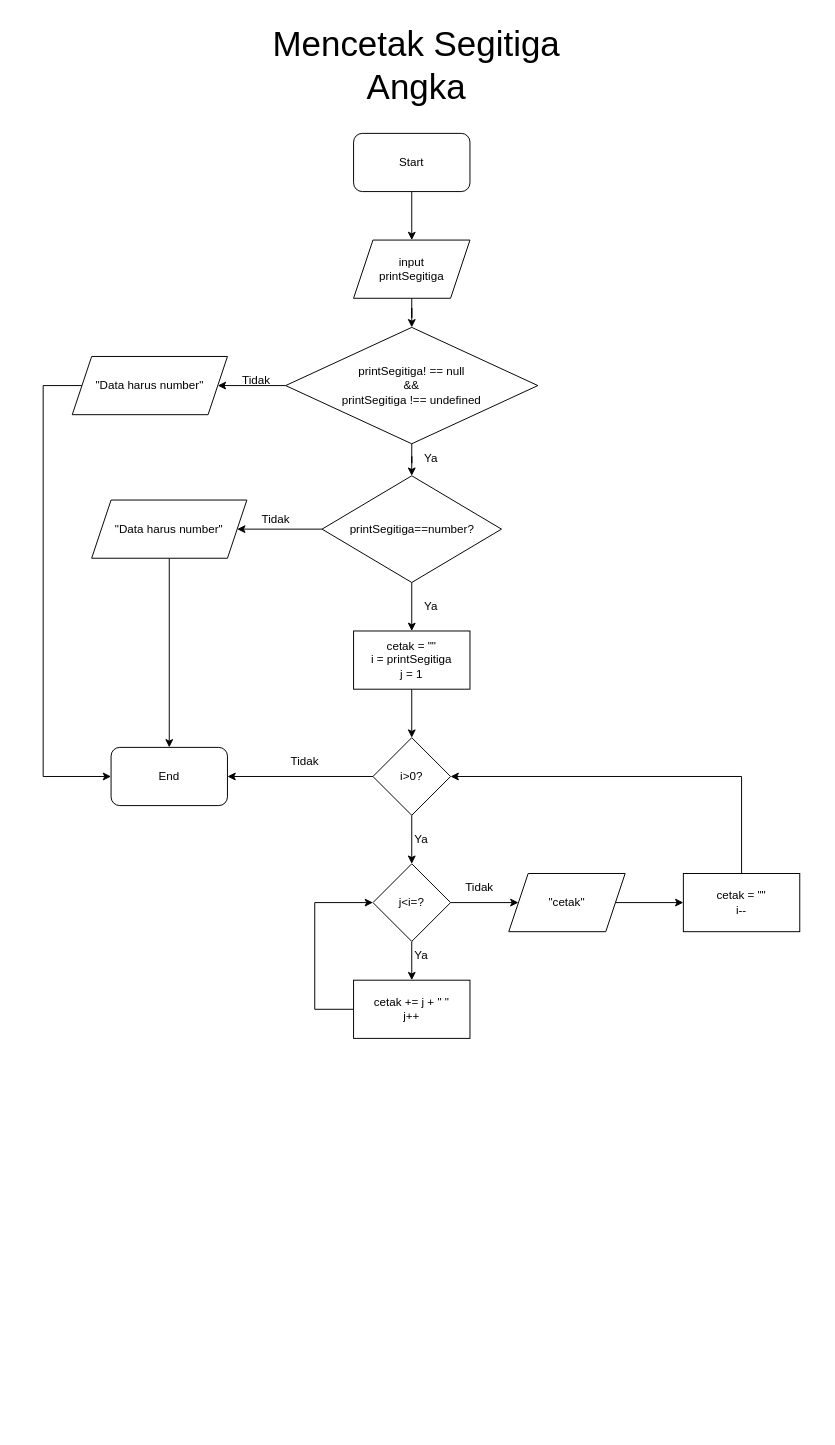
Earlier version of the draw.io diagram segitiga.drawio (juumelisa/fw5-additional-flowchart). Source tidied: cells renumbered, new cells numbered last; positions are measured from the earlier drawing's top-left corner, leaving out a move shared by most shapes. Both pictures are drawn from the tidied source at 97%, with x=0, y=0 at pixel (43, 16).
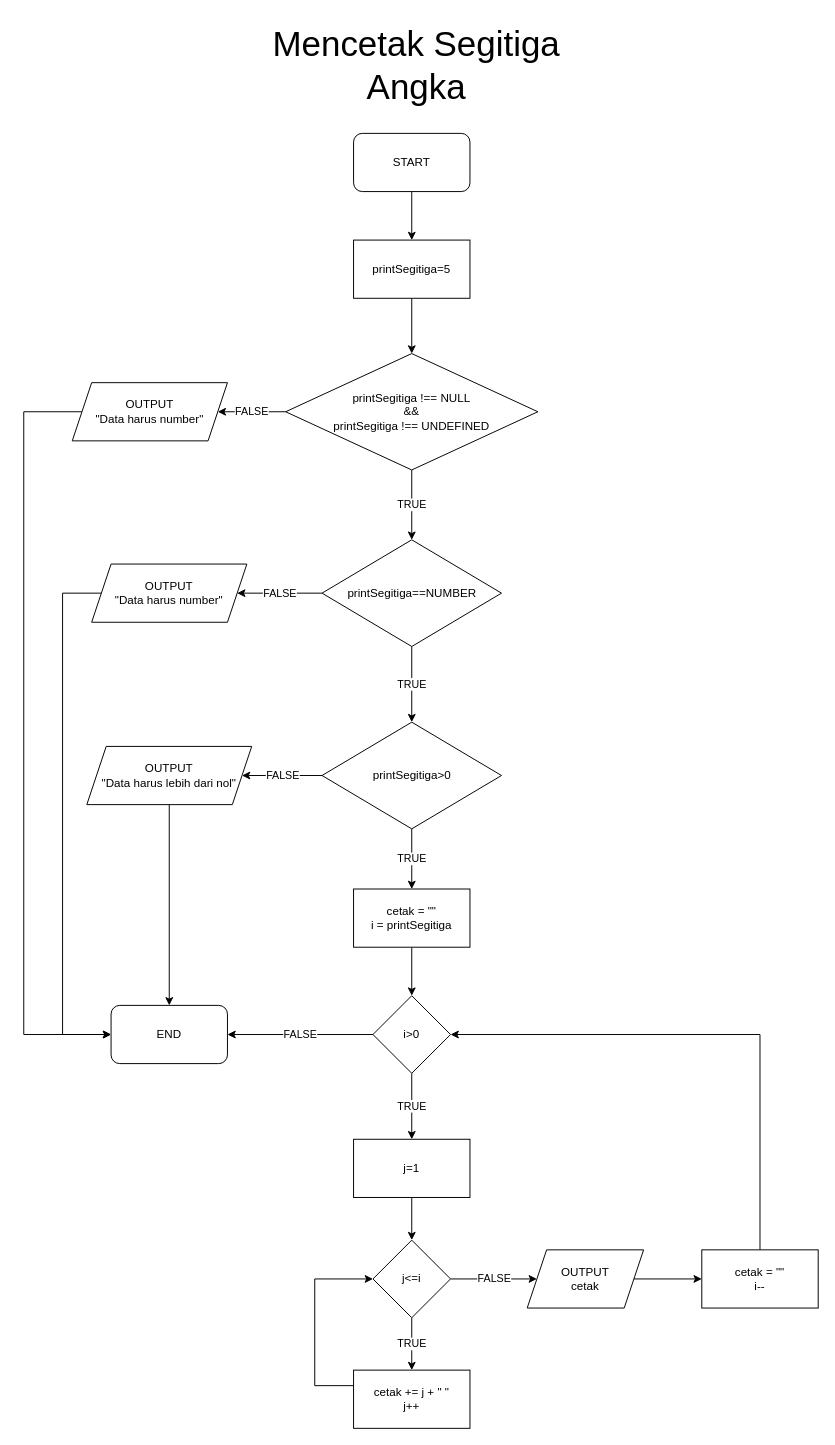
After the change.

Commit message (it also covers changes not shown here):
Revisi flowchart

Diff of the diagram source:
```diff
@@
-    <mxCell id="2" style="edgeStyle=orthogonalEdgeStyle;rounded=0;jettySize=auto;html=1;" parent="1" edge="1" source="3" target="5">
-      <mxGeometry relative="1" as="geometry" />
-    </mxCell>
+    <mxCell id="40" style="edgeStyle=orthogonalEdgeStyle;rounded=0;jettySize=auto;html=1;" parent="1" edge="1" source="3" target="51">
+      <mxGeometry relative="1" as="geometry" />
+    </mxCell>
-    <mxCell id="3" value="Start" style="rounded=1;whiteSpace=wrap;html=1;" parent="1" vertex="1">
+    <mxCell id="3" value="START" style="rounded=1;whiteSpace=wrap;html=1;" parent="1" vertex="1">
       <mxGeometry x="320" y="120" width="120" height="60" as="geometry" />
     </mxCell>
-    <mxCell id="4" style="edgeStyle=orthogonalEdgeStyle;rounded=0;jettySize=auto;html=1;" parent="1" edge="1" source="5" target="35">
-      <mxGeometry relative="1" as="geometry" />
-    </mxCell>
-    <mxCell id="5" value="input&lt;br&gt;printSegitiga" style="shape=parallelogram;perimeter=parallelogramPerimeter;whiteSpace=wrap;html=1;fixedSize=1;" parent="1" vertex="1">
-      <mxGeometry x="320" y="230" width="120" height="60" as="geometry" />
-    </mxCell>
-    <mxCell id="6" style="edgeStyle=orthogonalEdgeStyle;rounded=0;jettySize=auto;html=1;" parent="1" edge="1" source="8" target="10">
+    <mxCell id="6" value="FALSE" style="edgeStyle=orthogonalEdgeStyle;rounded=0;jettySize=auto;html=1;" parent="1" edge="1" source="8" target="10">
       <mxGeometry relative="1" as="geometry" />
     </mxCell>
-    <mxCell id="7" style="edgeStyle=orthogonalEdgeStyle;rounded=0;jettySize=auto;html=1;" parent="1" edge="1" source="8" target="12">
-      <mxGeometry relative="1" as="geometry" />
-    </mxCell>
+    <mxCell id="41" value="TRUE" style="edgeStyle=orthogonalEdgeStyle;rounded=0;jettySize=auto;html=1;" parent="1" edge="1" source="8" target="45">
+      <mxGeometry relative="1" as="geometry" />
+    </mxCell>
-    <mxCell id="8" value="printSegitiga==number?" style="rhombus;whiteSpace=wrap;html=1;" parent="1" vertex="1">
-      <mxGeometry x="287.5" y="473" width="185" height="110" as="geometry" />
+    <mxCell id="8" value="printSegitiga==NUMBER" style="rhombus;whiteSpace=wrap;html=1;" parent="1" vertex="1">
+      <mxGeometry x="287.5" y="539" width="185" height="110" as="geometry" />
     </mxCell>
     <mxCell id="9" style="edgeStyle=orthogonalEdgeStyle;rounded=0;jettySize=auto;html=1;" parent="1" edge="1" source="10" target="25">
-      <mxGeometry relative="1" as="geometry" />
+      <mxGeometry relative="1" as="geometry">
+        <Array as="points">
+          <mxPoint x="20" y="594" />
+          <mxPoint x="20" y="1049" />
+        </Array>
+      </mxGeometry>
     </mxCell>
-    <mxCell id="10" value="&quot;Data harus number&quot;" style="shape=parallelogram;perimeter=parallelogramPerimeter;whiteSpace=wrap;html=1;fixedSize=1;" parent="1" vertex="1">
-      <mxGeometry x="50" y="498" width="160" height="60" as="geometry" />
+    <mxCell id="10" value="OUTPUT&lt;br&gt;&quot;Data harus number&quot;" style="shape=parallelogram;perimeter=parallelogramPerimeter;whiteSpace=wrap;html=1;fixedSize=1;" parent="1" vertex="1">
+      <mxGeometry x="50" y="564" width="160" height="60" as="geometry" />
     </mxCell>
@@
-    <mxCell id="12" value="cetak = &quot;&quot;&lt;br&gt;i = printSegitiga&lt;br&gt;j = 1" style="rounded=0;whiteSpace=wrap;html=1;" parent="1" vertex="1">
-      <mxGeometry x="320" y="633" width="120" height="60" as="geometry" />
+    <mxCell id="12" value="cetak = &quot;&quot;&lt;br&gt;i = printSegitiga" style="rounded=0;whiteSpace=wrap;html=1;" parent="1" vertex="1">
+      <mxGeometry x="320" y="899" width="120" height="60" as="geometry" />
     </mxCell>
-    <mxCell id="13" style="edgeStyle=orthogonalEdgeStyle;rounded=0;jettySize=auto;html=1;" parent="1" edge="1" source="15" target="18">
-      <mxGeometry relative="1" as="geometry" />
-    </mxCell>
-    <mxCell id="14" style="edgeStyle=orthogonalEdgeStyle;rounded=0;jettySize=auto;html=1;" parent="1" edge="1" source="15" target="25">
+    <mxCell id="14" value="FALSE" style="edgeStyle=orthogonalEdgeStyle;rounded=0;jettySize=auto;html=1;" parent="1" edge="1" source="15" target="25">
       <mxGeometry relative="1" as="geometry" />
     </mxCell>
+    <mxCell id="42" value="TRUE" style="edgeStyle=orthogonalEdgeStyle;rounded=0;jettySize=auto;html=1;" parent="1" edge="1" source="15" target="49">
+      <mxGeometry relative="1" as="geometry" />
+    </mxCell>
-    <mxCell id="15" value="i&amp;gt;0?" style="rhombus;whiteSpace=wrap;html=1;" parent="1" vertex="1">
-      <mxGeometry x="340" y="743" width="80" height="80" as="geometry" />
+    <mxCell id="15" value="i&amp;gt;0" style="rhombus;whiteSpace=wrap;html=1;" parent="1" vertex="1">
+      <mxGeometry x="340" y="1009" width="80" height="80" as="geometry" />
     </mxCell>
-    <mxCell id="16" style="edgeStyle=orthogonalEdgeStyle;rounded=0;jettySize=auto;html=1;" parent="1" edge="1" source="18" target="20">
+    <mxCell id="16" value="TRUE" style="edgeStyle=orthogonalEdgeStyle;rounded=0;jettySize=auto;html=1;" parent="1" edge="1" source="18" target="20">
       <mxGeometry relative="1" as="geometry" />
     </mxCell>
-    <mxCell id="17" style="edgeStyle=orthogonalEdgeStyle;rounded=0;jettySize=auto;html=1;" parent="1" edge="1" source="18" target="22">
+    <mxCell id="17" value="FALSE" style="edgeStyle=orthogonalEdgeStyle;rounded=0;jettySize=auto;html=1;" parent="1" edge="1" source="18" target="22">
       <mxGeometry relative="1" as="geometry" />
     </mxCell>
-    <mxCell id="18" value="j&amp;lt;i=?" style="rhombus;whiteSpace=wrap;html=1;" parent="1" vertex="1">
-      <mxGeometry x="340" y="873" width="80" height="80" as="geometry" />
+    <mxCell id="18" value="j&amp;lt;=i" style="rhombus;whiteSpace=wrap;html=1;" parent="1" vertex="1">
+      <mxGeometry x="340" y="1261" width="80" height="80" as="geometry" />
     </mxCell>
     <mxCell id="19" style="edgeStyle=orthogonalEdgeStyle;rounded=0;jettySize=auto;html=1;entryX=0;entryY=0.5;entryDx=0;entryDy=0;" parent="1" edge="1" source="20" target="18">
       <mxGeometry relative="1" as="geometry">
         <Array as="points">
-          <mxPoint x="280" y="1023" />
-          <mxPoint x="280" y="913" />
+          <mxPoint x="280" y="1411" />
+          <mxPoint x="280" y="1301" />
         </Array>
       </mxGeometry>
     </mxCell>
     <mxCell id="20" value="cetak += j + &quot; &quot;&lt;br&gt;j++" style="rounded=0;whiteSpace=wrap;html=1;" parent="1" vertex="1">
-      <mxGeometry x="320" y="993" width="120" height="60" as="geometry" />
+      <mxGeometry x="320" y="1395" width="120" height="60" as="geometry" />
     </mxCell>
@@
-    <mxCell id="22" value="&quot;cetak&quot;" style="shape=parallelogram;perimeter=parallelogramPerimeter;whiteSpace=wrap;html=1;fixedSize=1;" parent="1" vertex="1">
-      <mxGeometry x="480" y="883" width="120" height="60" as="geometry" />
+    <mxCell id="22" value="OUTPUT&lt;br&gt;cetak" style="shape=parallelogram;perimeter=parallelogramPerimeter;whiteSpace=wrap;html=1;fixedSize=1;" parent="1" vertex="1">
+      <mxGeometry x="499" y="1271" width="120" height="60" as="geometry" />
     </mxCell>
     <mxCell id="23" style="edgeStyle=orthogonalEdgeStyle;rounded=0;jettySize=auto;html=1;entryX=1;entryY=0.5;entryDx=0;entryDy=0;" parent="1" edge="1" source="24" target="15">
       <mxGeometry relative="1" as="geometry">
         <Array as="points">
-          <mxPoint x="720" y="783" />
+          <mxPoint x="739" y="1049" />
         </Array>
       </mxGeometry>
     </mxCell>
     <mxCell id="24" value="cetak = &quot;&quot;&lt;br&gt;i--" style="rounded=0;whiteSpace=wrap;html=1;" parent="1" vertex="1">
-      <mxGeometry x="660" y="883" width="120" height="60" as="geometry" />
+      <mxGeometry x="679" y="1271" width="120" height="60" as="geometry" />
     </mxCell>
-    <mxCell id="25" value="End" style="rounded=1;whiteSpace=wrap;html=1;" parent="1" vertex="1">
-      <mxGeometry x="70" y="753" width="120" height="60" as="geometry" />
+    <mxCell id="25" value="END" style="rounded=1;whiteSpace=wrap;html=1;" parent="1" vertex="1">
+      <mxGeometry x="70" y="1019" width="120" height="60" as="geometry" />
     </mxCell>
-    <mxCell id="26" value="Ya" style="text;html=1;strokeColor=none;fillColor=none;align=center;verticalAlign=middle;whiteSpace=wrap;rounded=0;" parent="1" vertex="1">
-      <mxGeometry x="370" y="593" width="60" height="30" as="geometry" />
-    </mxCell>
-    <mxCell id="27" value="Tidak" style="text;html=1;strokeColor=none;fillColor=none;align=center;verticalAlign=middle;whiteSpace=wrap;rounded=0;" parent="1" vertex="1">
-      <mxGeometry x="240" y="753" width="60" height="30" as="geometry" />
-    </mxCell>
-    <mxCell id="28" value="Tidak" style="text;html=1;strokeColor=none;fillColor=none;align=center;verticalAlign=middle;whiteSpace=wrap;rounded=0;" parent="1" vertex="1">
-      <mxGeometry x="210" y="503" width="60" height="30" as="geometry" />
-    </mxCell>
-    <mxCell id="29" value="Ya" style="text;html=1;strokeColor=none;fillColor=none;align=center;verticalAlign=middle;whiteSpace=wrap;rounded=0;" parent="1" vertex="1">
-      <mxGeometry x="360" y="833" width="60" height="30" as="geometry" />
-    </mxCell>
-    <mxCell id="30" value="Ya" style="text;html=1;strokeColor=none;fillColor=none;align=center;verticalAlign=middle;whiteSpace=wrap;rounded=0;" parent="1" vertex="1">
-      <mxGeometry x="360" y="953" width="60" height="30" as="geometry" />
-    </mxCell>
-    <mxCell id="31" value="Tidak" style="text;html=1;strokeColor=none;fillColor=none;align=center;verticalAlign=middle;whiteSpace=wrap;rounded=0;" parent="1" vertex="1">
-      <mxGeometry x="420" y="883" width="60" height="30" as="geometry" />
-    </mxCell>
@@
-    <mxCell id="33" style="edgeStyle=orthogonalEdgeStyle;rounded=0;jettySize=auto;html=1;" parent="1" edge="1" source="35" target="8">
+    <mxCell id="33" value="TRUE" style="edgeStyle=orthogonalEdgeStyle;rounded=0;jettySize=auto;html=1;" parent="1" edge="1" source="35" target="8">
       <mxGeometry relative="1" as="geometry" />
     </mxCell>
-    <mxCell id="34" style="edgeStyle=orthogonalEdgeStyle;rounded=0;jettySize=auto;html=1;" parent="1" edge="1" source="35" target="38">
+    <mxCell id="34" value="FALSE" style="edgeStyle=orthogonalEdgeStyle;rounded=0;jettySize=auto;html=1;" parent="1" edge="1" source="35" target="38">
       <mxGeometry relative="1" as="geometry" />
     </mxCell>
-    <mxCell id="35" value="printSegitiga! == null&lt;br&gt;&amp;amp;&amp;amp;&lt;br&gt;printSegitiga !== undefined" style="rhombus;whiteSpace=wrap;html=1;" parent="1" vertex="1">
-      <mxGeometry x="250" y="320" width="260" height="120" as="geometry" />
+    <mxCell id="35" value="printSegitiga !== NULL&lt;br&gt;&amp;amp;&amp;amp;&lt;br&gt;printSegitiga !== UNDEFINED" style="rhombus;whiteSpace=wrap;html=1;" parent="1" vertex="1">
+      <mxGeometry x="250" y="347" width="260" height="120" as="geometry" />
     </mxCell>
-    <mxCell id="36" value="Ya" style="text;html=1;strokeColor=none;fillColor=none;align=center;verticalAlign=middle;whiteSpace=wrap;rounded=0;" parent="1" vertex="1">
-      <mxGeometry x="370" y="440" width="60" height="30" as="geometry" />
-    </mxCell>
     <mxCell id="37" style="edgeStyle=orthogonalEdgeStyle;rounded=0;jettySize=auto;html=1;entryX=0;entryY=0.5;entryDx=0;entryDy=0;" parent="1" edge="1" source="38" target="25">
       <mxGeometry relative="1" as="geometry">
         <Array as="points">
-          <mxPoint y="380" />
-          <mxPoint y="783" />
+          <mxPoint x="-20" y="407" />
+          <mxPoint x="-20" y="1049" />
         </Array>
       </mxGeometry>
     </mxCell>
-    <mxCell id="38" value="&quot;Data harus number&quot;" style="shape=parallelogram;perimeter=parallelogramPerimeter;whiteSpace=wrap;html=1;fixedSize=1;" parent="1" vertex="1">
-      <mxGeometry x="30" y="350" width="160" height="60" as="geometry" />
+    <mxCell id="38" value="OUTPUT&lt;br&gt;&quot;Data harus number&quot;" style="shape=parallelogram;perimeter=parallelogramPerimeter;whiteSpace=wrap;html=1;fixedSize=1;" parent="1" vertex="1">
+      <mxGeometry x="30" y="377" width="160" height="60" as="geometry" />
     </mxCell>
-    <mxCell id="39" value="Tidak" style="text;html=1;strokeColor=none;fillColor=none;align=center;verticalAlign=middle;whiteSpace=wrap;rounded=0;" parent="1" vertex="1">
-      <mxGeometry x="190" y="360" width="60" height="30" as="geometry" />
-    </mxCell>
+    <mxCell id="43" value="TRUE" style="edgeStyle=orthogonalEdgeStyle;rounded=0;jettySize=auto;html=1;" parent="1" edge="1" source="45" target="12">
+      <mxGeometry relative="1" as="geometry" />
+    </mxCell>
+    <mxCell id="44" value="FALSE" style="edgeStyle=orthogonalEdgeStyle;rounded=0;jettySize=auto;html=1;" parent="1" edge="1" source="45" target="47">
+      <mxGeometry relative="1" as="geometry" />
+    </mxCell>
+    <mxCell id="45" value="printSegitiga&amp;gt;0" style="rhombus;whiteSpace=wrap;html=1;" parent="1" vertex="1">
+      <mxGeometry x="287.5" y="727" width="185" height="110" as="geometry" />
+    </mxCell>
+    <mxCell id="46" style="edgeStyle=orthogonalEdgeStyle;rounded=0;jettySize=auto;html=1;" parent="1" edge="1" source="47" target="25">
+      <mxGeometry relative="1" as="geometry" />
+    </mxCell>
+    <mxCell id="47" value="OUTPUT&lt;br&gt;&quot;Data harus lebih dari nol&quot;" style="shape=parallelogram;perimeter=parallelogramPerimeter;whiteSpace=wrap;html=1;fixedSize=1;" parent="1" vertex="1">
+      <mxGeometry x="45" y="752" width="170" height="60" as="geometry" />
+    </mxCell>
+    <mxCell id="48" style="edgeStyle=orthogonalEdgeStyle;rounded=0;jettySize=auto;html=1;" parent="1" edge="1" source="49" target="18">
+      <mxGeometry relative="1" as="geometry" />
+    </mxCell>
+    <mxCell id="49" value="j=1" style="rounded=0;whiteSpace=wrap;html=1;" parent="1" vertex="1">
+      <mxGeometry x="320" y="1157" width="120" height="60" as="geometry" />
+    </mxCell>
+    <mxCell id="50" style="edgeStyle=orthogonalEdgeStyle;rounded=0;jettySize=auto;html=1;" parent="1" edge="1" source="51" target="35">
+      <mxGeometry relative="1" as="geometry" />
+    </mxCell>
+    <mxCell id="51" value="printSegitiga=5" style="rounded=0;whiteSpace=wrap;html=1;" parent="1" vertex="1">
+      <mxGeometry x="320" y="230" width="120" height="60" as="geometry" />
+    </mxCell>
```
